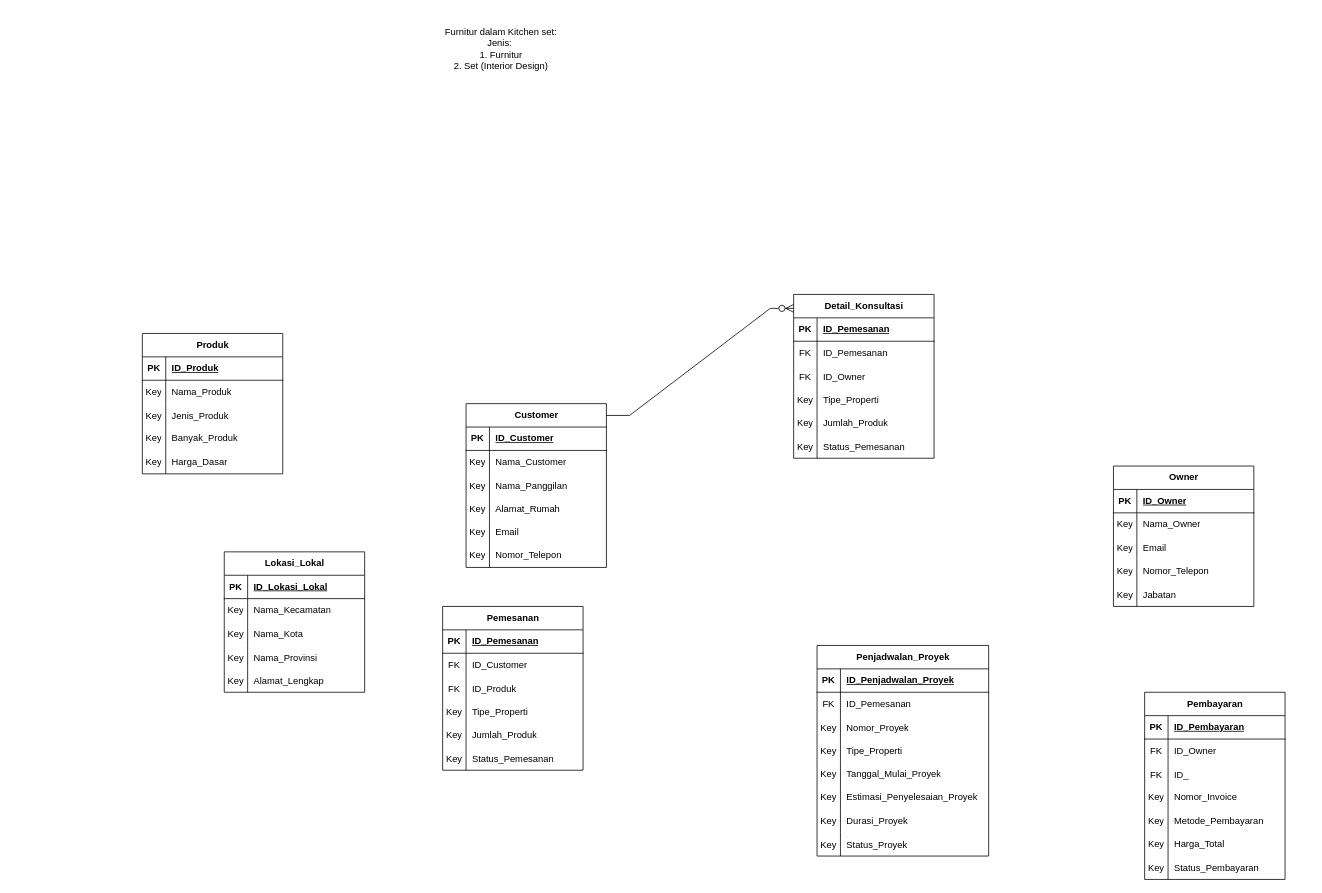
This is sistem-kitchen-set-interior.drawio from King-Ag-Jv/Project-Atrem, a draw.io file, before an edit. Source tidied: cells renumbered, new cells numbered last; positions are measured from the earlier drawing's top-left corner, leaving out a move shared by most shapes. Both pictures are drawn from the tidied source at 78%, with x=0, y=0 at pixel (142, 13).
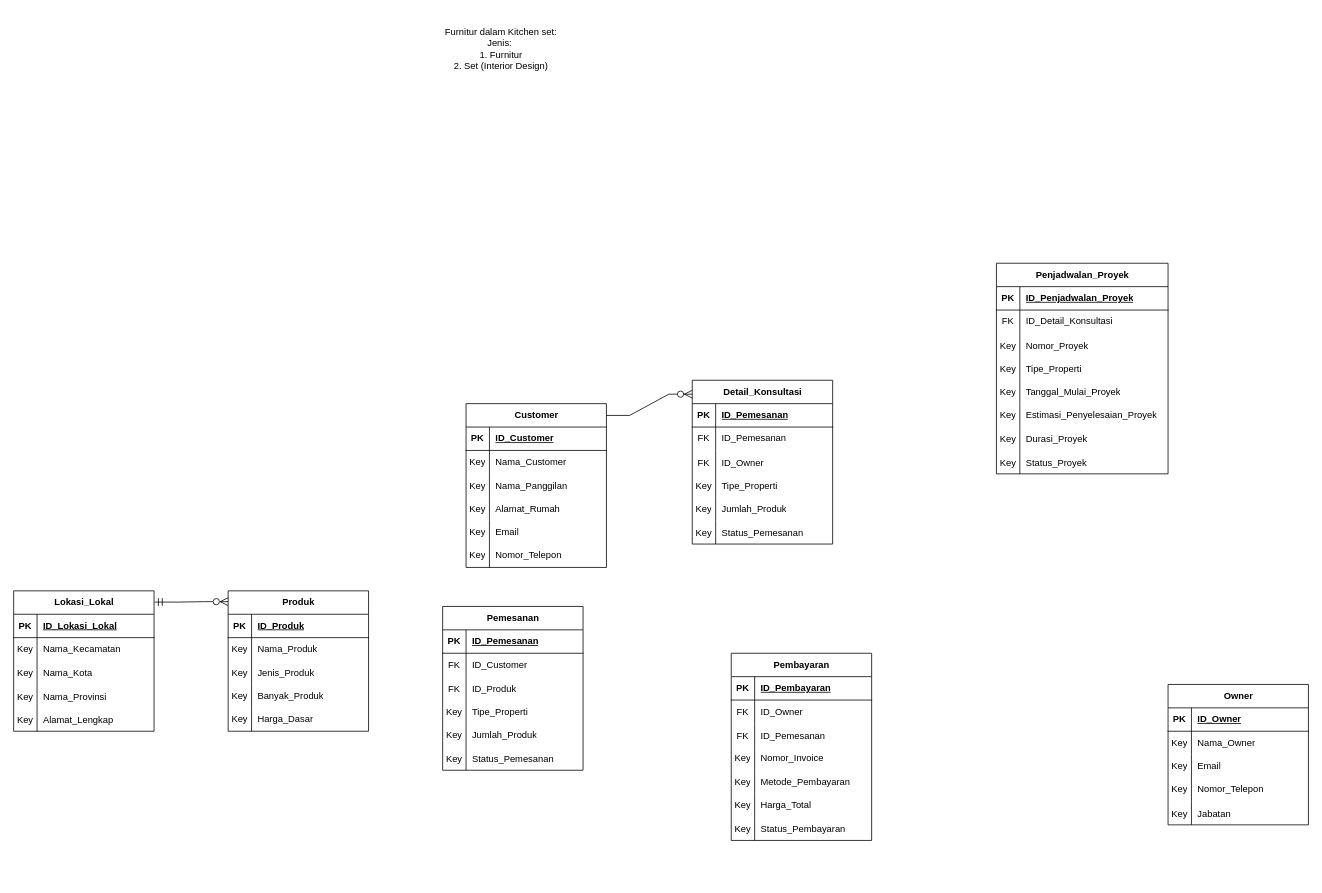
After the change.

The change refers to these unchanged cells:
```xml
<mxCell id="60" style="shape=tableRow;horizontal=0;startSize=0;swimlaneHead=0;swimlaneBody=0;fillColor=none;top=0;left=0;right=0;bottom=0;" parent="53" vertex="1">
  <mxGeometry y="90" width="180" height="30" as="geometry" />
</mxCell>
<mxCell id="79" style="shape=tableRow;horizontal=0;startSize=0;swimlaneHead=0;swimlaneBody=0;fillColor=none;top=0;left=0;right=0;bottom=0;" parent="75" vertex="1">
  <mxGeometry y="60" width="220" height="30" as="geometry" />
</mxCell>
```

What changed in the source:
```diff
@@
     <mxCell id="2" value="Produk" style="shape=table;startSize=30;childLayout=tableLayout;rowLines=0;fontStyle=1;align=center;html=1;" parent="1" vertex="1">
-      <mxGeometry y="410" width="180" height="180" as="geometry" />
+      <mxGeometry x="110" y="740" width="180" height="180" as="geometry" />
     </mxCell>
@@
     <mxCell id="37" value="Owner" style="shape=table;startSize=30;childLayout=tableLayout;rowLines=0;fontStyle=1;align=center;html=1;" parent="1" vertex="1">
-      <mxGeometry x="1245" y="580" width="180" height="180" as="geometry" />
+      <mxGeometry x="1315" y="860" width="180" height="180" as="geometry" />
     </mxCell>
@@
     <mxCell id="53" value="Pembayaran" style="shape=table;startSize=30;childLayout=tableLayout;rowLines=0;fontStyle=1;align=center;html=1;" parent="1" vertex="1">
-      <mxGeometry x="1285" y="870" width="180" height="240" as="geometry" />
+      <mxGeometry x="755" y="820" width="180" height="240" as="geometry" />
     </mxCell>
@@
-    <mxCell id="62" value="ID_" style="shape=partialRectangle;fillColor=none;top=0;left=0;bottom=0;right=0;align=left;spacingLeft=6;overflow=hidden;" parent="60" vertex="1">
+    <mxCell id="62" value="ID_Pemesanan" style="shape=partialRectangle;fillColor=none;top=0;left=0;bottom=0;right=0;align=left;spacingLeft=6;overflow=hidden;" parent="60" vertex="1">
       <mxGeometry x="30" width="150" height="30" as="geometry" />
     </mxCell>
@@
     <mxCell id="75" value="Penjadwalan_Proyek" style="shape=table;startSize=30;childLayout=tableLayout;rowLines=0;fontStyle=1;align=center;html=1;" parent="1" vertex="1">
-      <mxGeometry x="865" y="810" width="220" height="270" as="geometry" />
+      <mxGeometry x="1095" y="320" width="220" height="270" as="geometry" />
     </mxCell>
@@
-    <mxCell id="81" value="ID_Pemesanan" style="shape=partialRectangle;fillColor=none;top=0;left=0;bottom=0;right=0;align=left;spacingLeft=6;overflow=hidden;whiteSpace=wrap;html=1;" parent="79" vertex="1">
+    <mxCell id="81" value="ID_Detail_Konsultasi" style="shape=partialRectangle;fillColor=none;top=0;left=0;bottom=0;right=0;align=left;spacingLeft=6;overflow=hidden;whiteSpace=wrap;html=1;" parent="79" vertex="1">
       <mxGeometry x="30" width="190" height="30" as="geometry" />
     </mxCell>
@@
     <mxCell id="120" value="Detail_Konsultasi" style="shape=table;startSize=30;childLayout=tableLayout;rowLines=0;fontStyle=1;align=center;html=1;" parent="1" vertex="1">
-      <mxGeometry x="835" y="360" width="180" height="210" as="geometry" />
+      <mxGeometry x="705" y="470" width="180" height="210" as="geometry" />
     </mxCell>
@@
     <mxCell id="140" value="Lokasi_Lokal" style="shape=table;startSize=30;childLayout=tableLayout;rowLines=0;fontStyle=1;align=center;html=1;" parent="1" vertex="1">
-      <mxGeometry x="105" y="690" width="180" height="180" as="geometry" />
+      <mxGeometry x="-165" y="740" width="180" height="180" as="geometry" />
     </mxCell>
@@
+    <mxCell id="156" style="edgeStyle=entityRelationEdgeStyle;fontSize=12;html=1;endArrow=ERzeroToMany;endFill=0;rounded=0;startSize=8;endSize=8;curved=0;exitX=1.003;exitY=0.08;exitDx=0;exitDy=0;exitPerimeter=0;entryX=-0.001;entryY=0.077;entryDx=0;entryDy=0;entryPerimeter=0;startArrow=ERmandOne;startFill=0;" parent="1" edge="1" source="140" target="2">
+      <mxGeometry relative="1" as="geometry" />
+    </mxCell>
```
